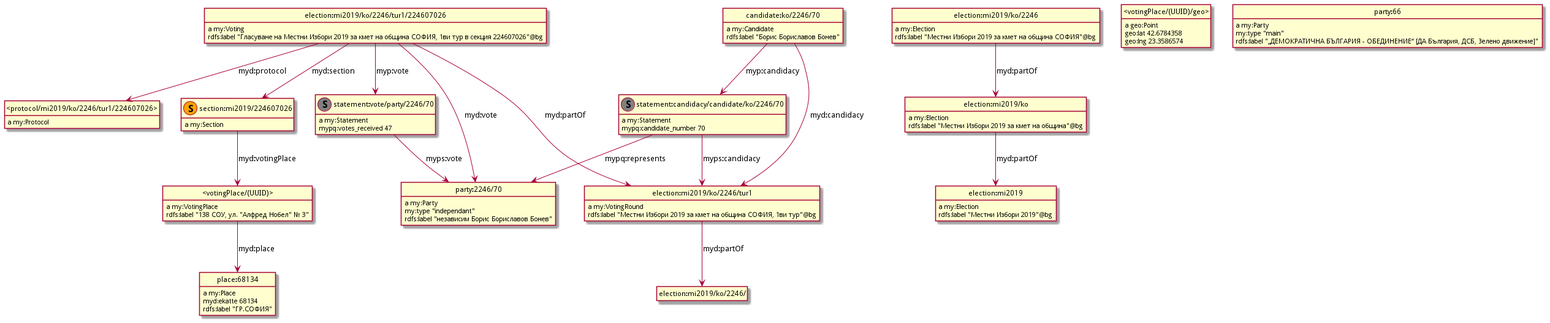
Above: model/localModel.png in nikolatulechki/semanticElections (PlantUML), before the change.
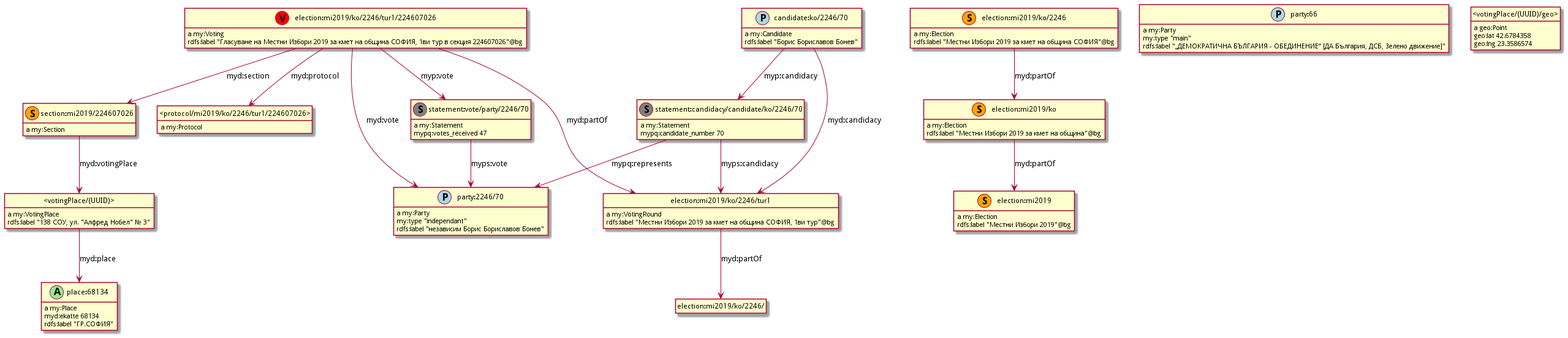
The same diagram one commit later.

Change to the diagram source:
```diff
@@ -3,73 +3,89 @@
 hide empty attributes
 hide circle
 skinparam classAttributeIconSize 0
+class election_mi2019_ko_2246_tur1_224607026 as "election:mi2019/ko/2246/tur1/224607026"
+class election_mi2019_ko_2246_tur1_224607026 <<(V,red)>>
+show election_mi2019_ko_2246_tur1_224607026 circle
 class section_mi2019_224607026 as "section:mi2019/224607026"
 class section_mi2019_224607026 <<(S,orange)>>
 show section_mi2019_224607026 circle
+class election_mi2019 as "election:mi2019"
+class election_mi2019 <<(S,orange)>>
+show election_mi2019 circle
+class election_mi2019_ko as "election:mi2019/ko"
+class election_mi2019_ko <<(S,orange)>>
+show election_mi2019_ko circle
+class election_mi2019_ko_2246 as "election:mi2019/ko/2246"
+class election_mi2019_ko_2246 <<(S,orange)>>
+show election_mi2019_ko_2246 circle
+class candidate_ko_2246_70 as "candidate:ko/2246/70"
+class candidate_ko_2246_70 <<(P,lightblue)>>
+show candidate_ko_2246_70 circle
+class party_2246_70 as "party:2246/70"
+class party_2246_70 <<(P,lightblue)>>
+show party_2246_70 circle
+class party_66 as "party:66"
+class party_66 <<(P,lightblue)>>
+show party_66 circle
+class place_68134 as "place:68134"
+class place_68134 <<(A,lightgreen)>>
+show place_68134 circle
 class statement_candidacy_candidate_ko_2246_70 as "statement:candidacy/candidate/ko/2246/70"
 class statement_candidacy_candidate_ko_2246_70 <<(S,gray)>>
 show statement_candidacy_candidate_ko_2246_70 circle
 class statement_vote_party_2246_70 as "statement:vote/party/2246/70"
 class statement_vote_party_2246_70 <<(S,gray)>>
 show statement_vote_party_2246_70 circle
-class election_mi2019_ko as "election:mi2019/ko"
-election_mi2019_ko : a my:Election
-class election_mi2019 as "election:mi2019"
-election_mi2019_ko -down-> election_mi2019 : myd:partOf
-election_mi2019_ko : rdfs:label "Местни Избори 2019 за кмет на община"@bg
+statement_vote_party_2246_70 : a my:Statement
+statement_vote_party_2246_70 -down-> party_2246_70 : myps:vote
+statement_vote_party_2246_70 : mypq:votes_received 47
+class _votingPlace_UUID_ as "<votingPlace/(UUID)>"
+_votingPlace_UUID_ : a my:VotingPlace
+_votingPlace_UUID_ -down-> place_68134 : myd:place
+_votingPlace_UUID_ : rdfs:label "138 СОУ, ул. "Алфред Нобел" № 3"
+election_mi2019 : a my:Election
+election_mi2019 : rdfs:label "Местни Избори 2019"@bg
+party_66 : a my:Party
+party_66 : my:type "main"
+party_66 : rdfs:label "„ДЕМОКРАТИЧНА БЪЛГАРИЯ - ОБЕДИНЕНИЕ“ [ДА България, ДСБ, Зелено движение]"
+class _votingPlace_UUID_geo_ as "<votingPlace/(UUID)/geo>"
+_votingPlace_UUID_geo_ : a geo:Point
+_votingPlace_UUID_geo_ : geo:lat 42.6784358
+_votingPlace_UUID_geo_ : geo:lng 23.3586574
 statement_candidacy_candidate_ko_2246_70 : a my:Statement
 class election_mi2019_ko_2246_tur1 as "election:mi2019/ko/2246/tur1"
 statement_candidacy_candidate_ko_2246_70 -down-> election_mi2019_ko_2246_tur1 : myps:candidacy
-class party_2246_70 as "party:2246/70"
 statement_candidacy_candidate_ko_2246_70 -down-> party_2246_70 : mypq:represents
 statement_candidacy_candidate_ko_2246_70 : mypq:candidate_number 70
-election_mi2019 : a my:Election
-election_mi2019 : rdfs:label "Местни Избори 2019"@bg
-class election_mi2019_ko_2246_tur1_224607026 as "election:mi2019/ko/2246/tur1/224607026"
+party_2246_70 : a my:Party
+party_2246_70 : my:type "independant"
+party_2246_70 : rdfs:label "независим Борис Бориславов Бонев"
+election_mi2019_ko : a my:Election
+election_mi2019_ko -down-> election_mi2019 : myd:partOf
+election_mi2019_ko : rdfs:label "Местни Избори 2019 за кмет на община"@bg
+class _protocol_mi2019_ko_2246_tur1_224607026_ as "<protocol/mi2019/ko/2246/tur1/224607026>"
+_protocol_mi2019_ko_2246_tur1_224607026_ : a my:Protocol
+section_mi2019_224607026 : a my:Section
+section_mi2019_224607026 -down-> _votingPlace_UUID_ : myd:votingPlace
+candidate_ko_2246_70 : a my:Candidate
+candidate_ko_2246_70 -down-> statement_candidacy_candidate_ko_2246_70 : myp:candidacy
+candidate_ko_2246_70 -down-> election_mi2019_ko_2246_tur1 : myd:candidacy
+candidate_ko_2246_70 : rdfs:label "Борис Бориславов Бонев"
 election_mi2019_ko_2246_tur1_224607026 : a my:Voting
+election_mi2019_ko_2246_tur1_224607026 -down-> election_mi2019_ko_2246_tur1 : myd:partOf
 election_mi2019_ko_2246_tur1_224607026 -down-> statement_vote_party_2246_70 : myp:vote
 election_mi2019_ko_2246_tur1_224607026 -down-> party_2246_70 : myd:vote
 election_mi2019_ko_2246_tur1_224607026 -down-> section_mi2019_224607026 : myd:section
-class _protocol_mi2019_ko_2246_tur1_224607026_ as "<protocol/mi2019/ko/2246/tur1/224607026>"
 election_mi2019_ko_2246_tur1_224607026 -down-> _protocol_mi2019_ko_2246_tur1_224607026_ : myd:protocol
-election_mi2019_ko_2246_tur1_224607026 -down-> election_mi2019_ko_2246_tur1 : myd:partOf
 election_mi2019_ko_2246_tur1_224607026 : rdfs:label "Гласуване на Местни Избори 2019 за кмет на община СОФИЯ, 1ви тур в секция 224607026"@bg
-party_2246_70 : a my:Party
-party_2246_70 : my:type "independant"
-party_2246_70 : rdfs:label "независим Борис Бориславов Бонев"
+place_68134 : a my:Place
+place_68134 : myd:ekatte 68134
+place_68134 : rdfs:label "ГР.СОФИЯ"
 election_mi2019_ko_2246_tur1 : a my:VotingRound
 class election_mi2019_ko_2246_ as "election:mi2019/ko/2246/"
 election_mi2019_ko_2246_tur1 -down-> election_mi2019_ko_2246_ : myd:partOf
 election_mi2019_ko_2246_tur1 : rdfs:label "Местни Избори 2019 за кмет на община СОФИЯ, 1ви тур"@bg
-_protocol_mi2019_ko_2246_tur1_224607026_ : a my:Protocol
-class _votingPlace_UUID_geo_ as "<votingPlace/(UUID)/geo>"
-_votingPlace_UUID_geo_ : a geo:Point
-_votingPlace_UUID_geo_ : geo:lat 42.6784358
-_votingPlace_UUID_geo_ : geo:lng 23.3586574
-class place_68134 as "place:68134"
-place_68134 : a my:Place
-place_68134 : myd:ekatte 68134
-place_68134 : rdfs:label "ГР.СОФИЯ"
-class _votingPlace_UUID_ as "<votingPlace/(UUID)>"
-_votingPlace_UUID_ : a my:VotingPlace
-_votingPlace_UUID_ -down-> place_68134 : myd:place
-_votingPlace_UUID_ : rdfs:label "138 СОУ, ул. "Алфред Нобел" № 3"
-class candidate_ko_2246_70 as "candidate:ko/2246/70"
-candidate_ko_2246_70 : a my:Candidate
-candidate_ko_2246_70 -down-> election_mi2019_ko_2246_tur1 : myd:candidacy
-candidate_ko_2246_70 -down-> statement_candidacy_candidate_ko_2246_70 : myp:candidacy
-candidate_ko_2246_70 : rdfs:label "Борис Бориславов Бонев"
-class election_mi2019_ko_2246 as "election:mi2019/ko/2246"
 election_mi2019_ko_2246 : a my:Election
 election_mi2019_ko_2246 -down-> election_mi2019_ko : myd:partOf
 election_mi2019_ko_2246 : rdfs:label "Местни Избори 2019 за кмет на община СОФИЯ"@bg
-statement_vote_party_2246_70 : a my:Statement
-statement_vote_party_2246_70 -down-> party_2246_70 : myps:vote
-statement_vote_party_2246_70 : mypq:votes_received 47
-class party_66 as "party:66"
-party_66 : a my:Party
-party_66 : my:type "main"
-party_66 : rdfs:label "„ДЕМОКРАТИЧНА БЪЛГАРИЯ - ОБЕДИНЕНИЕ“ [ДА България, ДСБ, Зелено движение]"
-section_mi2019_224607026 : a my:Section
-section_mi2019_224607026 -down-> _votingPlace_UUID_ : myd:votingPlace
 @enduml
```
